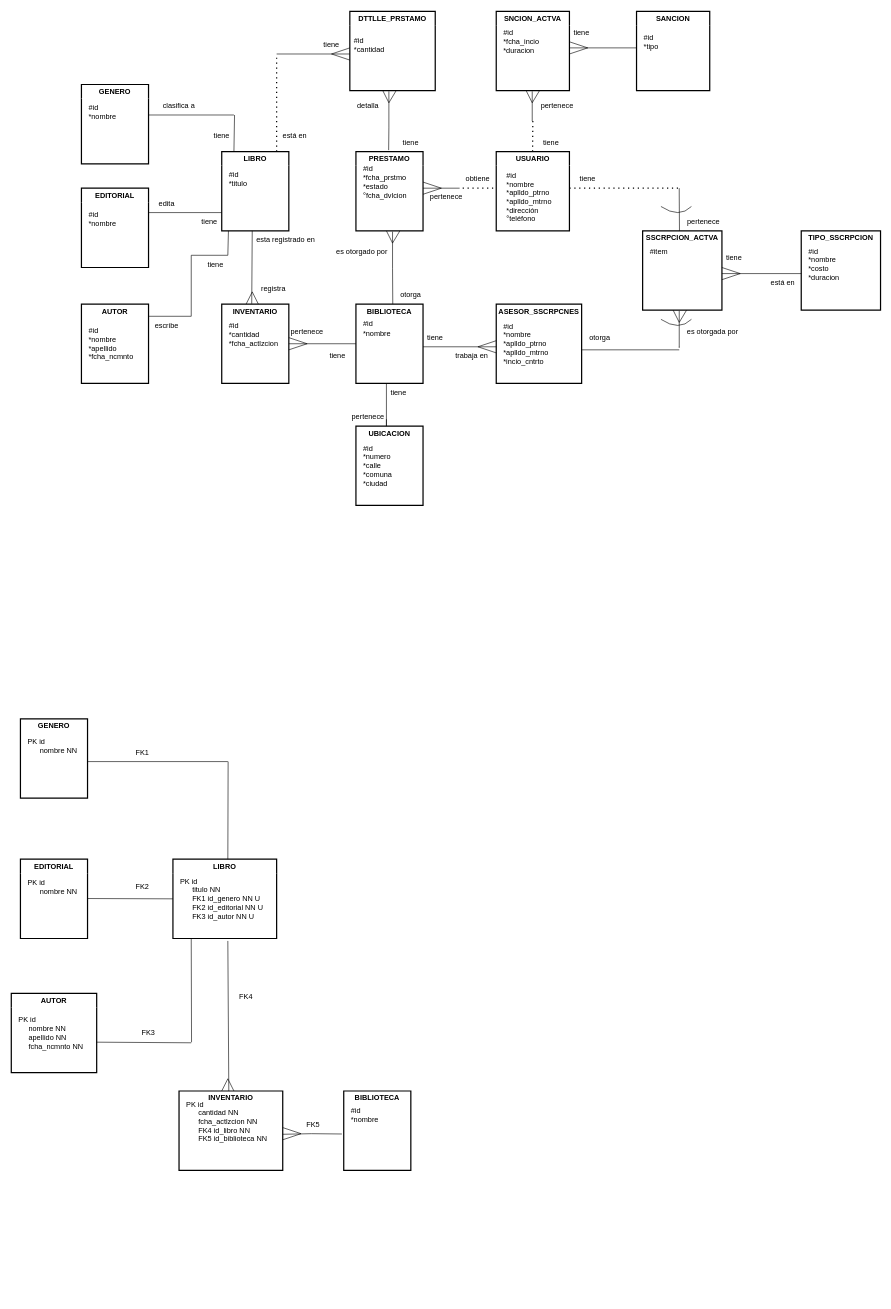
Before: page "Page-1" (1 of 4) of examen_practico.drawio in AlexisEV/diagramas-er, a draw.io diagram. Source tidied: cells renumbered, new cells numbered last; positions are measured from the earlier drawing's top-left corner, leaving out a move shared by most shapes. Both pictures are drawn from the tidied source at 61%, with x=0, y=0 at pixel (11, 11).
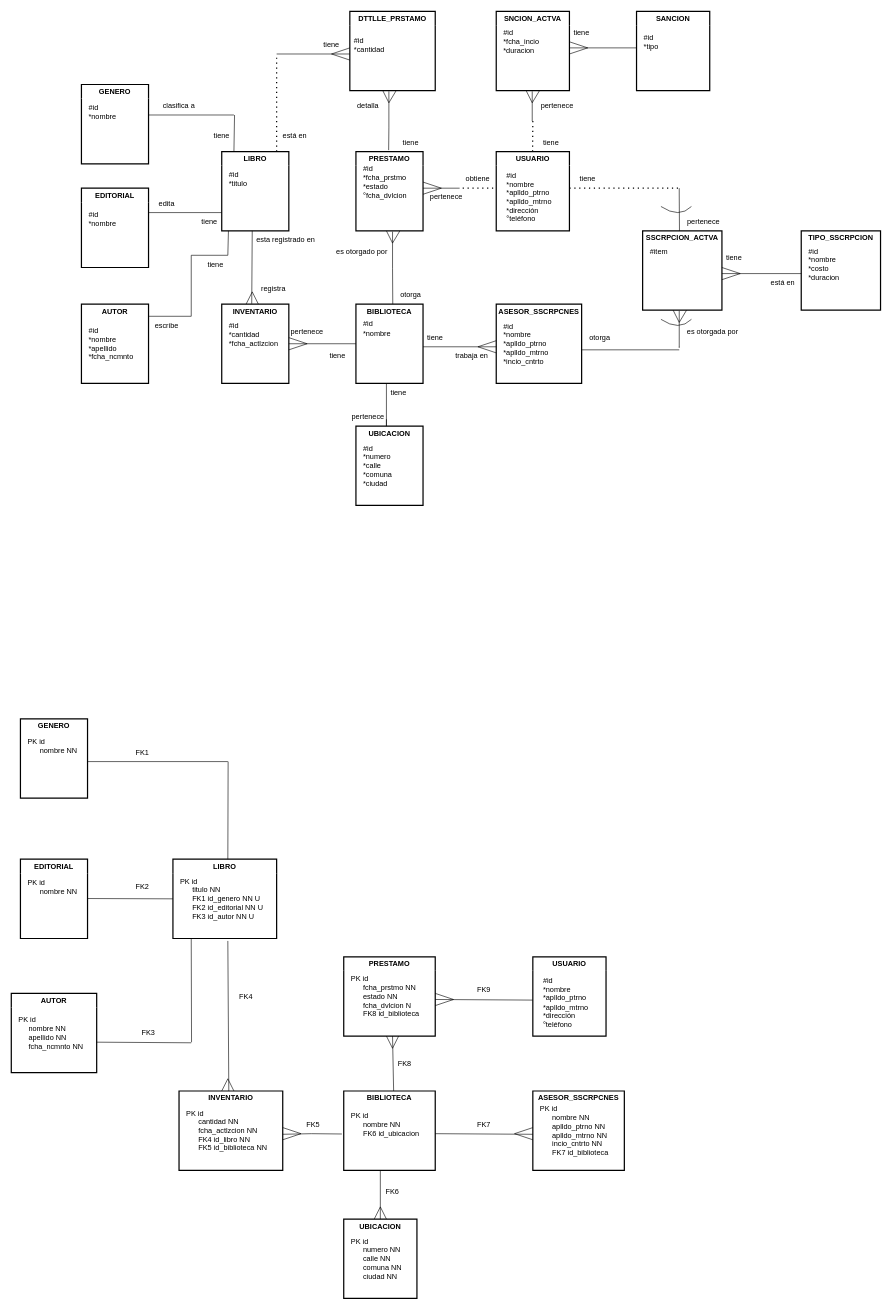
Above is the later version.

Unchanged cells that the change refers to:
```xml
<mxCell id="128" value="INVENTARIO" style="swimlane;whiteSpace=wrap;html=1;perimeterSpacing=7;strokeWidth=2;swimlaneLine=0;glass=0;fillColor=none;strokeColor=#000000;" parent="1" vertex="1">
  <mxGeometry x="275" y="1770" width="170" height="130" as="geometry" />
</mxCell>
```

The edit, as a diff of the source:
```diff
@@
     <mxCell id="129" value="PK id&lt;br&gt;&amp;nbsp; &amp;nbsp; &amp;nbsp; cantidad NN&lt;br&gt;&amp;nbsp; &amp;nbsp; &amp;nbsp; fcha_actlzcion NN&lt;br&gt;&amp;nbsp; &amp;nbsp; &amp;nbsp; FK4 id_libro NN&lt;br&gt;&amp;nbsp; &amp;nbsp; &amp;nbsp; FK5 id_biblioteca NN" style="text;html=1;align=left;verticalAlign=middle;strokeColor=none;fillColor=none;" parent="128" vertex="1">
-      <mxGeometry x="10" y="5" width="160" height="90" as="geometry" />
+      <mxGeometry x="10" y="20" width="160" height="90" as="geometry" />
     </mxCell>
@@
     <mxCell id="134" value="BIBLIOTECA" style="swimlane;whiteSpace=wrap;html=1;perimeterSpacing=7;strokeWidth=2;swimlaneLine=0;glass=0;fillColor=none;strokeColor=#000000;" parent="1" vertex="1">
-      <mxGeometry x="545" y="1770" width="110" height="130" as="geometry" />
+      <mxGeometry x="545" y="1770" width="150" height="130" as="geometry" />
     </mxCell>
-    <mxCell id="135" value="#id&lt;br&gt;*nombre&lt;br&gt;" style="text;html=1;align=left;verticalAlign=middle;strokeColor=none;fillColor=none;" parent="134" vertex="1">
-      <mxGeometry x="10" y="20" width="70" height="40" as="geometry" />
+    <mxCell id="135" value="PK id&lt;br&gt;&amp;nbsp; &amp;nbsp; &amp;nbsp; nombre NN&lt;br&gt;&amp;nbsp; &amp;nbsp; &amp;nbsp; FK6 id_ubicacion" style="text;html=1;align=left;verticalAlign=middle;strokeColor=none;fillColor=none;" parent="134" vertex="1">
+      <mxGeometry x="10" y="25" width="140" height="60" as="geometry" />
     </mxCell>
@@
+    <mxCell id="140" value="UBICACION" style="swimlane;whiteSpace=wrap;html=1;perimeterSpacing=7;strokeWidth=2;swimlaneLine=0;glass=0;fillColor=none;strokeColor=#000000;" parent="1" vertex="1">
+      <mxGeometry x="545" y="1980" width="120" height="130" as="geometry" />
+    </mxCell>
+    <mxCell id="141" value="PK id&lt;br&gt;&amp;nbsp; &amp;nbsp; &amp;nbsp; numero NN&lt;br&gt;&amp;nbsp; &amp;nbsp; &amp;nbsp; calle NN&lt;br&gt;&amp;nbsp; &amp;nbsp; &amp;nbsp; comuna NN&lt;br&gt;&amp;nbsp; &amp;nbsp; &amp;nbsp; ciudad NN" style="text;html=1;align=left;verticalAlign=middle;strokeColor=none;fillColor=none;" parent="140" vertex="1">
+      <mxGeometry x="10" y="20" width="110" height="90" as="geometry" />
+    </mxCell>
+    <mxCell id="142" style="endArrow=none;html=1;rounded=0;exitX=0.5;exitY=0.049;exitDx=0;exitDy=0;exitPerimeter=0;" parent="1" edge="1" source="140">
+      <mxGeometry relative="1" as="geometry">
+        <mxPoint x="605" y="1900" as="targetPoint" />
+      </mxGeometry>
+    </mxCell>
+    <mxCell id="143" style="endArrow=none;html=1;rounded=0;entryX=0.527;entryY=0.04;entryDx=0;entryDy=0;entryPerimeter=0;" parent="1" edge="1">
+      <mxGeometry relative="1" as="geometry">
+        <mxPoint x="605" y="1960" as="sourcePoint" />
+        <mxPoint x="615" y="1980" as="targetPoint" />
+      </mxGeometry>
+    </mxCell>
+    <mxCell id="144" style="endArrow=none;html=1;rounded=0;entryX=0.527;entryY=0.04;entryDx=0;entryDy=0;entryPerimeter=0;" parent="1" edge="1">
+      <mxGeometry relative="1" as="geometry">
+        <mxPoint x="605" y="1960" as="sourcePoint" />
+        <mxPoint x="595" y="1980" as="targetPoint" />
+      </mxGeometry>
+    </mxCell>
+    <mxCell id="145" value="FK6" style="text;html=1;strokeColor=none;fillColor=none;align=center;verticalAlign=middle;whiteSpace=wrap;rounded=0;" parent="1" vertex="1">
+      <mxGeometry x="595" y="1920" width="60" height="30" as="geometry" />
+    </mxCell>
+    <mxCell id="146" value="ASESOR_SSCRPCNES" style="swimlane;whiteSpace=wrap;html=1;perimeterSpacing=7;strokeWidth=2;swimlaneLine=0;glass=0;fillColor=none;strokeColor=#000000;" parent="1" vertex="1">
+      <mxGeometry x="855" y="1770" width="150" height="130" as="geometry" />
+    </mxCell>
+    <mxCell id="147" value="PK id&lt;br&gt;&amp;nbsp; &amp;nbsp; &amp;nbsp; nombre NN&lt;br&gt;&amp;nbsp; &amp;nbsp; &amp;nbsp; aplldo_ptrno NN&lt;br style=&quot;border-color: var(--border-color);&quot;&gt;&amp;nbsp; &amp;nbsp; &amp;nbsp; aplldo_mtrno NN&lt;br&gt;&amp;nbsp; &amp;nbsp; &amp;nbsp; incio_cntrto NN&lt;br&gt;&amp;nbsp; &amp;nbsp; &amp;nbsp; FK7 id_biblioteca" style="text;html=1;align=left;verticalAlign=middle;strokeColor=none;fillColor=none;" parent="146" vertex="1">
+      <mxGeometry x="10" y="15" width="140" height="100" as="geometry" />
+    </mxCell>
+    <mxCell id="148" style="endArrow=none;html=1;rounded=0;" parent="1" edge="1">
+      <mxGeometry relative="1" as="geometry">
+        <mxPoint x="695" y="1840" as="sourcePoint" />
+        <mxPoint x="855" y="1841" as="targetPoint" />
+      </mxGeometry>
+    </mxCell>
+    <mxCell id="149" style="endArrow=none;html=1;rounded=0;" parent="1" edge="1">
+      <mxGeometry relative="1" as="geometry">
+        <mxPoint x="825" y="1840" as="sourcePoint" />
+        <mxPoint x="855" y="1830" as="targetPoint" />
+      </mxGeometry>
+    </mxCell>
+    <mxCell id="150" style="endArrow=none;html=1;rounded=0;" parent="1" edge="1">
+      <mxGeometry relative="1" as="geometry">
+        <mxPoint x="825" y="1840" as="sourcePoint" />
+        <mxPoint x="855" y="1850" as="targetPoint" />
+      </mxGeometry>
+    </mxCell>
+    <mxCell id="151" value="FK7" style="text;html=1;strokeColor=none;fillColor=none;align=center;verticalAlign=middle;whiteSpace=wrap;rounded=0;" parent="1" vertex="1">
+      <mxGeometry x="745" y="1810" width="60" height="30" as="geometry" />
+    </mxCell>
+    <mxCell id="152" value="PRESTAMO" style="swimlane;whiteSpace=wrap;html=1;perimeterSpacing=7;strokeWidth=2;swimlaneLine=0;glass=0;fillColor=none;strokeColor=#000000;" parent="1" vertex="1">
+      <mxGeometry x="545" y="1550" width="150" height="130" as="geometry" />
+    </mxCell>
+    <mxCell id="153" value="PK id&lt;br&gt;&amp;nbsp; &amp;nbsp; &amp;nbsp; fcha_prstmo NN&lt;br&gt;&amp;nbsp; &amp;nbsp; &amp;nbsp; estado NN&lt;br&gt;&amp;nbsp; &amp;nbsp; &amp;nbsp; fcha_dvlcion N&lt;br&gt;&amp;nbsp; &amp;nbsp; &amp;nbsp; FK8 id_biblioteca" style="text;html=1;align=left;verticalAlign=middle;strokeColor=none;fillColor=none;" parent="152" vertex="1">
+      <mxGeometry x="10" y="20" width="140" height="90" as="geometry" />
+    </mxCell>
+    <mxCell id="154" style="endArrow=none;html=1;rounded=0;exitX=0.543;exitY=0.021;exitDx=0;exitDy=0;exitPerimeter=0;" parent="1" edge="1">
+      <mxGeometry relative="1" as="geometry">
+        <mxPoint x="626.8" y="1770" as="sourcePoint" />
+        <mxPoint x="625" y="1680" as="targetPoint" />
+      </mxGeometry>
+    </mxCell>
+    <mxCell id="155" value="FK8" style="text;html=1;strokeColor=none;fillColor=none;align=center;verticalAlign=middle;whiteSpace=wrap;rounded=0;" parent="1" vertex="1">
+      <mxGeometry x="615" y="1710" width="60" height="30" as="geometry" />
+    </mxCell>
+    <mxCell id="156" style="endArrow=none;html=1;rounded=0;entryX=0.527;entryY=0.04;entryDx=0;entryDy=0;entryPerimeter=0;" parent="1" edge="1">
+      <mxGeometry relative="1" as="geometry">
+        <mxPoint x="635" y="1680" as="sourcePoint" />
+        <mxPoint x="625" y="1700" as="targetPoint" />
+      </mxGeometry>
+    </mxCell>
+    <mxCell id="157" style="endArrow=none;html=1;rounded=0;entryX=0.527;entryY=0.04;entryDx=0;entryDy=0;entryPerimeter=0;" parent="1" edge="1">
+      <mxGeometry relative="1" as="geometry">
+        <mxPoint x="615" y="1680" as="sourcePoint" />
+        <mxPoint x="625" y="1700" as="targetPoint" />
+      </mxGeometry>
+    </mxCell>
+    <mxCell id="158" value="USUARIO" style="swimlane;whiteSpace=wrap;html=1;perimeterSpacing=7;strokeWidth=2;swimlaneLine=0;glass=0;fillColor=none;strokeColor=#000000;startSize=23;" parent="1" vertex="1">
+      <mxGeometry x="855" y="1550" width="120" height="130" as="geometry" />
+    </mxCell>
+    <mxCell id="159" value="#id&lt;br&gt;*nombre&lt;br&gt;*aplldo_ptrno&lt;br&gt;*aplldo_mtrno&lt;br&gt;*dirección&lt;br&gt;°teléfono" style="text;html=1;align=left;verticalAlign=middle;strokeColor=none;fillColor=none;" parent="158" vertex="1">
+      <mxGeometry x="15" y="25" width="100" height="100" as="geometry" />
+    </mxCell>
+    <mxCell id="160" style="endArrow=none;html=1;rounded=0;" parent="1" edge="1">
+      <mxGeometry relative="1" as="geometry">
+        <mxPoint x="695" y="1620" as="sourcePoint" />
+        <mxPoint x="855" y="1621" as="targetPoint" />
+      </mxGeometry>
+    </mxCell>
+    <mxCell id="161" style="endArrow=none;html=1;rounded=0;" parent="1" edge="1">
+      <mxGeometry relative="1" as="geometry">
+        <mxPoint x="695" y="1610" as="sourcePoint" />
+        <mxPoint x="725" y="1620" as="targetPoint" />
+      </mxGeometry>
+    </mxCell>
+    <mxCell id="162" style="endArrow=none;html=1;rounded=0;" parent="1" edge="1">
+      <mxGeometry relative="1" as="geometry">
+        <mxPoint x="695" y="1630" as="sourcePoint" />
+        <mxPoint x="725" y="1620" as="targetPoint" />
+      </mxGeometry>
+    </mxCell>
+    <mxCell id="163" value="FK9" style="text;html=1;strokeColor=none;fillColor=none;align=center;verticalAlign=middle;whiteSpace=wrap;rounded=0;" parent="1" vertex="1">
+      <mxGeometry x="745" y="1590" width="60" height="30" as="geometry" />
+    </mxCell>
```
